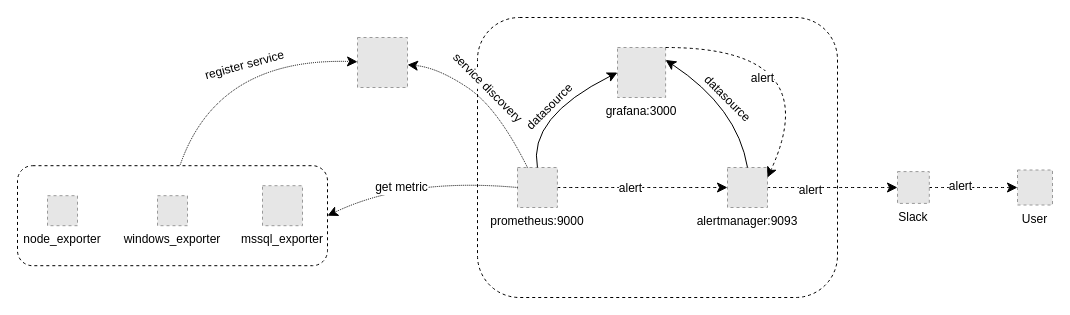
This is monitoring-system.drawio from khinhvuphiduong/diagrams.net, a draw.io file, before an edit. Source tidied: cells renumbered, new cells numbered last; positions are measured from the earlier drawing's top-left corner, leaving out a move shared by most shapes. Both pictures are drawn from the tidied source at 100%, with x=0, y=0 at pixel (17, 17). Pictures stored in the file or linked from it are replaced by grey dashed boxes.
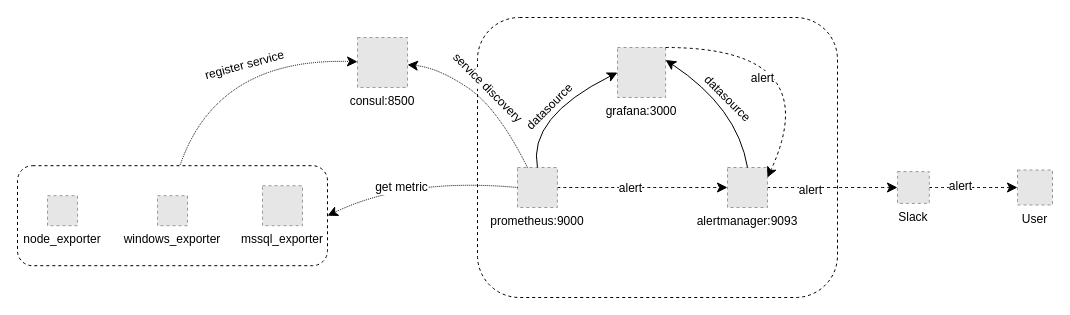
After the change.

What changed in the source:
```diff
@@
-    <mxCell id="22" style="fillColor=#E6E6E6;strokeColor=#999999;dashed=1;verticalLabelPosition=bottom;labelBackgroundColor=default;verticalAlign=top;fontStyle=1;" parent="1" vertex="1">
+    <mxCell id="22" value="consul:8500" style="fillColor=#E6E6E6;strokeColor=#999999;dashed=1;verticalLabelPosition=bottom;labelBackgroundColor=default;verticalAlign=top;fontStyle=0;" parent="1" vertex="1">
       <mxGeometry x="340" y="20" width="50" height="50" as="geometry" />
     </mxCell>
```
